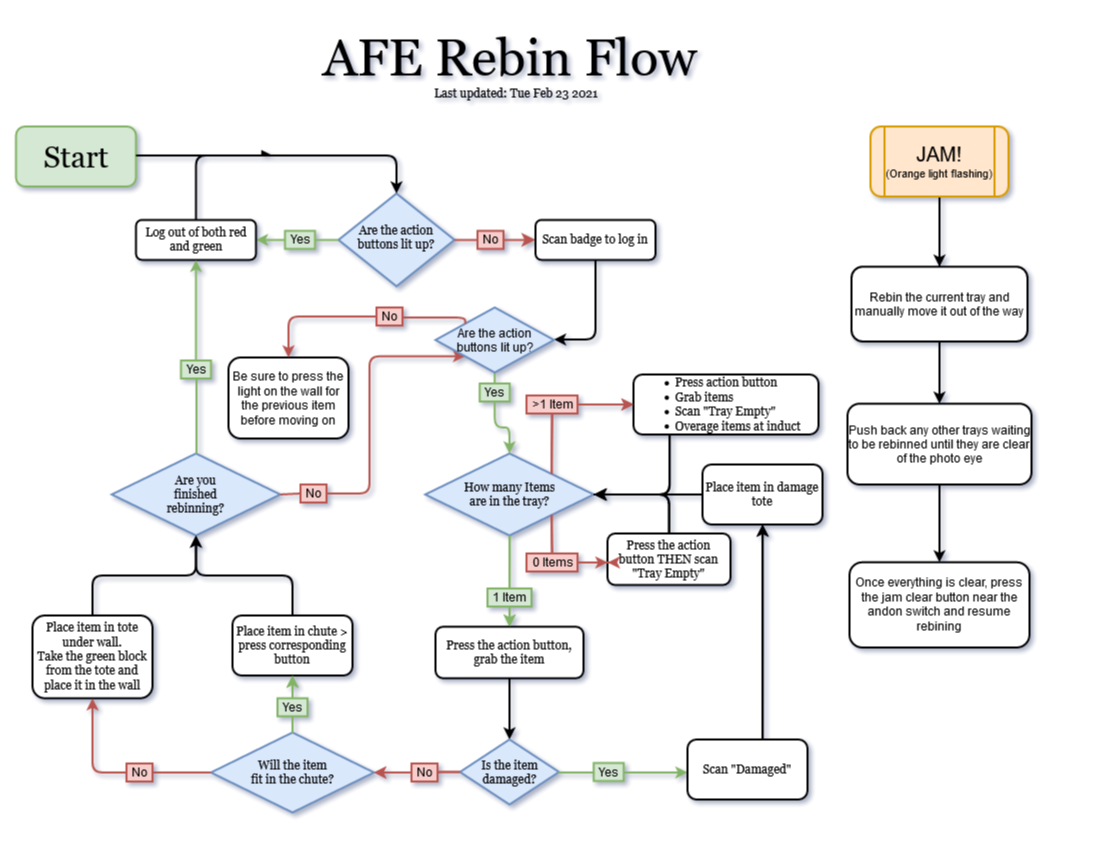
The draw.io diagram media/AFE_Flows-Rebin.png in Pshock13/shocklp, before a commit. Source tidied: cells renumbered, new cells last; positions are measured from the earlier drawing's top-left corner, leaving out a move shared by most shapes.
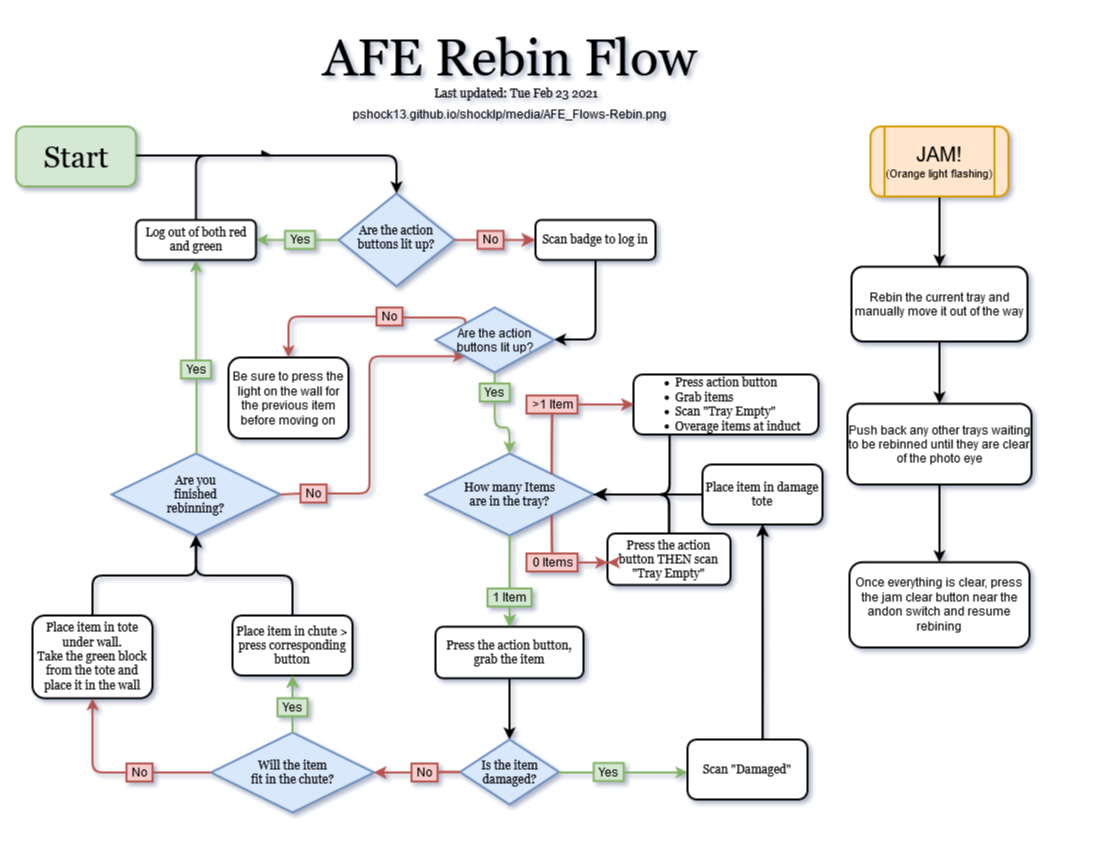
The same file after the commit.

Commit message:
update media w/ links

Change to the diagram source:
```diff
@@ -440,5 +440,8 @@
         <mxPoint x="276" y="634" as="targetPoint" />
       </mxGeometry>
     </mxCell>
+    <mxCell id="92" value="&lt;div align=&quot;center&quot;&gt;pshock13.github.io/shocklp/media/AFE_Flows-Rebin.png&lt;/div&gt;" style="text;html=1;align=center;" parent="1" vertex="1">
+      <mxGeometry x="331" y="59" width="324" height="18" as="geometry" />
+    </mxCell>
   </root>
 </mxGraphModel>
```
